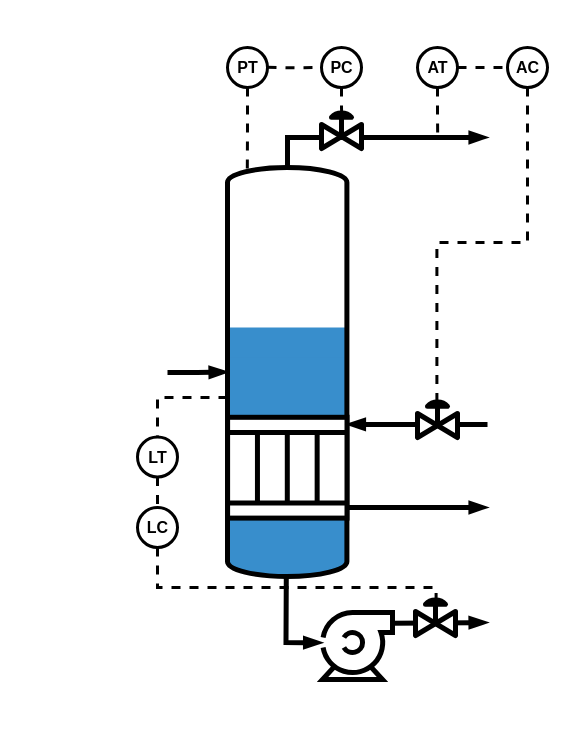
Earlier version of the draw.io diagram page "Page-1" (1 of 2) of assets/images/vapor_liquid_separator_complete_control.drawio (rputikar/advanced-modeling-and-control). Source tidied: cells renumbered, new cells numbered last; positions are measured from the earlier drawing's top-left corner, leaving out a move shared by most shapes. Both pictures are drawn from the tidied source at 100%, with x=0, y=0 at pixel (17, 17).
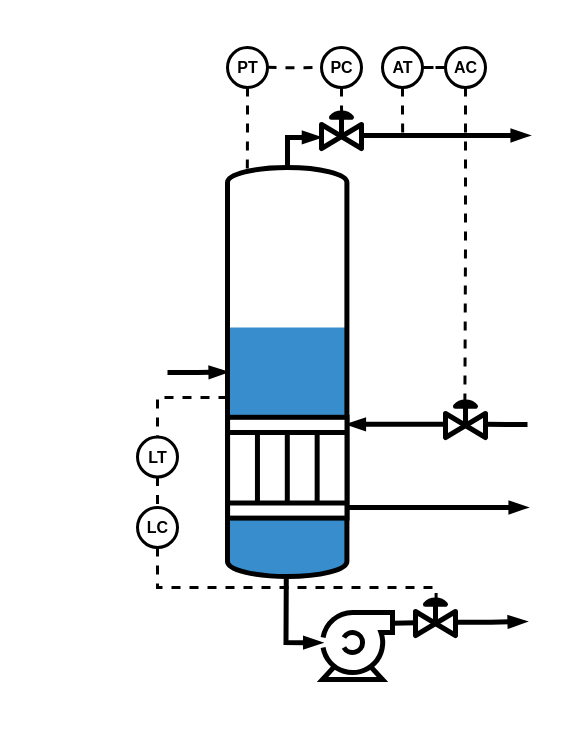
The same diagram, later.

Unchanged cells that the change refers to:
```xml
<mxCell id="7" style="shape=mxgraph.pid.heat_exchangers.heat_exchanger_(straight_tubes);html=1;align=center;verticalLabelPosition=bottom;verticalAlign=top;dashed=0;strokeWidth=5;rotation=90;" parent="1" vertex="1">
  <mxGeometry x="219.4" y="390.5" width="100.8" height="119.4" as="geometry" />
</mxCell>
<mxCell id="21" style="verticalLabelPosition=bottom;align=center;html=1;verticalAlign=top;dashed=0;shape=mxgraph.pid2valves.valve;valveType=gate;actuator=diaph;strokeWidth=5;" parent="1" vertex="1">
  <mxGeometry x="398" y="578" width="40" height="40" as="geometry" />
</mxCell>
```

Diff of the diagram source:
```diff
@@
-    <mxCell id="2" style="rounded=0;whiteSpace=wrap;html=1;fillColor=none;strokeColor=none;" parent="1" vertex="1">
-      <mxGeometry width="550" height="710" as="geometry" />
-    </mxCell>
@@
-    <mxCell id="6" style="endArrow=blockThin;html=1;rounded=0;endFill=1;strokeWidth=5;exitX=0.998;exitY=0.16;exitDx=0;exitDy=0;exitPerimeter=0;" parent="1" edge="1" source="8">
-      <mxGeometry relative="1" as="geometry">
-        <mxPoint x="470" y="605" as="targetPoint" />
-      </mxGeometry>
+    <mxCell id="6" style="endArrow=none;html=1;rounded=0;endFill=1;strokeWidth=5;exitX=0.998;exitY=0.16;exitDx=0;exitDy=0;exitPerimeter=0;entryX=0.025;entryY=0.683;entryDx=0;entryDy=0;entryPerimeter=0;startFill=0;" parent="1" edge="1" source="8" target="21">
+      <mxGeometry relative="1" as="geometry" />
     </mxCell>
@@
-    <mxCell id="8" style="shape=mxgraph.pid.pumps.centrifugal_pump_1;html=1;align=center;verticalLabelPosition=bottom;verticalAlign=top;dashed=0;strokeWidth=5;" parent="1" vertex="1">
+    <mxCell id="8" style="shape=mxgraph.pid.pumps.centrifugal_pump_1;html=1;align=center;verticalLabelPosition=bottom;verticalAlign=top;dashed=0;strokeWidth=5;fillColor=none;" parent="1" vertex="1">
       <mxGeometry x="305" y="595" width="70" height="67" as="geometry" />
     </mxCell>
-    <mxCell id="9" style="endArrow=blockThin;html=1;rounded=0;endFill=1;strokeWidth=5;entryX=0.07;entryY=0;entryDx=0;entryDy=0;entryPerimeter=0;edgeStyle=elbowEdgeStyle;" parent="1" edge="1" target="7">
-      <mxGeometry relative="1" as="geometry">
-        <mxPoint x="470" y="407" as="sourcePoint" />
-      </mxGeometry>
+    <mxCell id="9" style="endArrow=blockThin;html=1;rounded=0;endFill=1;strokeWidth=5;entryX=0.07;entryY=0;entryDx=0;entryDy=0;entryPerimeter=0;edgeStyle=elbowEdgeStyle;exitX=-0.04;exitY=0.67;exitDx=0;exitDy=0;exitPerimeter=0;" parent="1" edge="1" source="14" target="7">
+      <mxGeometry relative="1" as="geometry" />
     </mxCell>
     <mxCell id="10" style="endArrow=blockThin;html=1;rounded=0;endFill=1;strokeWidth=5;" parent="1" edge="1">
       <mxGeometry relative="1" as="geometry">
         <mxPoint x="329.4" y="490" as="sourcePoint" />
-        <mxPoint x="470" y="490" as="targetPoint" />
+        <mxPoint x="510" y="490" as="targetPoint" />
       </mxGeometry>
     </mxCell>
@@
-    <mxCell id="12" style="endArrow=blockThin;html=1;rounded=0;endFill=1;strokeWidth=5;" parent="1" edge="1">
+    <mxCell id="12" style="endArrow=blockThin;html=1;rounded=0;endFill=1;strokeWidth=5;entryX=-0.017;entryY=0.723;entryDx=0;entryDy=0;entryPerimeter=0;" parent="1" edge="1" target="20">
       <mxGeometry relative="1" as="geometry">
         <mxPoint x="270" y="150" as="sourcePoint" />
-        <mxPoint x="470" y="120" as="targetPoint" />
         <Array as="points">
           <mxPoint x="270" y="120" />
         </Array>
       </mxGeometry>
     </mxCell>
@@
-    <mxCell id="14" style="verticalLabelPosition=bottom;align=center;html=1;verticalAlign=top;dashed=0;shape=mxgraph.pid2valves.valve;valveType=gate;actuator=diaph;strokeWidth=5;" parent="1" vertex="1">
-      <mxGeometry x="400" y="380" width="40" height="40" as="geometry" />
+    <mxCell id="14" style="verticalLabelPosition=bottom;align=center;html=1;verticalAlign=top;dashed=0;shape=mxgraph.pid2valves.valve;valveType=gate;actuator=diaph;strokeWidth=5;fillColor=none;" parent="1" vertex="1">
+      <mxGeometry x="428" y="380" width="40" height="40" as="geometry" />
     </mxCell>
     <mxCell id="15" style="edgeStyle=orthogonalEdgeStyle;rounded=0;jettySize=auto;html=1;exitX=0.5;exitY=1;exitDx=0;exitDy=0;exitPerimeter=0;fontFamily=Helvetica;fontSize=45;fontColor=default;endArrow=none;endFill=0;dashed=1;strokeWidth=3;" parent="1" edge="1" source="16">
       <mxGeometry relative="1" as="geometry">
-        <mxPoint x="420.2" y="120" as="targetPoint" />
+        <mxPoint x="385.2" y="120" as="targetPoint" />
       </mxGeometry>
     </mxCell>
-    <mxCell id="16" value="AT" style="dashed=0;outlineConnect=0;align=center;html=1;shape=mxgraph.pid.engines.electric_motor;fontSize=16;strokeColor=default;strokeWidth=3;verticalAlign=middle;fontFamily=Helvetica;fontColor=default;fillColor=default;fontStyle=1;" parent="1" vertex="1">
-      <mxGeometry x="400" y="30" width="40" height="40" as="geometry" />
+    <mxCell id="16" value="AT" style="dashed=0;outlineConnect=0;align=center;html=1;shape=mxgraph.pid.engines.electric_motor;fontSize=16;strokeColor=default;strokeWidth=3;verticalAlign=middle;fontFamily=Helvetica;fontColor=default;fillColor=none;fontStyle=1;" parent="1" vertex="1">
+      <mxGeometry x="365" y="30" width="40" height="40" as="geometry" />
     </mxCell>
@@
-    <mxCell id="18" value="AC" style="dashed=0;outlineConnect=0;align=center;html=1;shape=mxgraph.pid.engines.electric_motor;fontSize=16;strokeColor=default;strokeWidth=3;verticalAlign=middle;fontFamily=Helvetica;fontColor=default;fillColor=default;fontStyle=1;" parent="1" vertex="1">
-      <mxGeometry x="490" y="30" width="40" height="40" as="geometry" />
+    <mxCell id="18" value="AC" style="dashed=0;outlineConnect=0;align=center;html=1;shape=mxgraph.pid.engines.electric_motor;fontSize=16;strokeColor=default;strokeWidth=3;verticalAlign=middle;fontFamily=Helvetica;fontColor=default;fillColor=none;fontStyle=1;" parent="1" vertex="1">
+      <mxGeometry x="428" y="30" width="40" height="40" as="geometry" />
     </mxCell>
@@
-    <mxCell id="20" style="verticalLabelPosition=bottom;align=center;html=1;verticalAlign=top;dashed=0;shape=mxgraph.pid2valves.valve;valveType=gate;actuator=diaph;strokeWidth=5;" parent="1" vertex="1">
+    <mxCell id="20" style="verticalLabelPosition=bottom;align=center;html=1;verticalAlign=top;dashed=0;shape=mxgraph.pid2valves.valve;valveType=gate;actuator=diaph;strokeWidth=5;fillColor=none;" parent="1" vertex="1">
       <mxGeometry x="304" y="91" width="40" height="40" as="geometry" />
     </mxCell>
@@
-    <mxCell id="23" value="PT" style="dashed=0;outlineConnect=0;align=center;html=1;shape=mxgraph.pid.engines.electric_motor;fontSize=16;strokeColor=default;strokeWidth=3;verticalAlign=middle;fontFamily=Helvetica;fontColor=default;fillColor=default;fontStyle=1;" parent="1" vertex="1">
+    <mxCell id="23" value="PT" style="dashed=0;outlineConnect=0;align=center;html=1;shape=mxgraph.pid.engines.electric_motor;fontSize=16;strokeColor=default;strokeWidth=3;verticalAlign=middle;fontFamily=Helvetica;fontColor=default;fillColor=none;fontStyle=1;" parent="1" vertex="1">
       <mxGeometry x="210" y="30" width="40" height="40" as="geometry" />
     </mxCell>
-    <mxCell id="24" value="PC" style="dashed=0;outlineConnect=0;align=center;html=1;shape=mxgraph.pid.engines.electric_motor;fontSize=16;strokeColor=default;strokeWidth=3;verticalAlign=middle;fontFamily=Helvetica;fontColor=default;fillColor=default;fontStyle=1;" parent="1" vertex="1">
+    <mxCell id="24" value="PC" style="dashed=0;outlineConnect=0;align=center;html=1;shape=mxgraph.pid.engines.electric_motor;fontSize=16;strokeColor=default;strokeWidth=3;verticalAlign=middle;fontFamily=Helvetica;fontColor=default;fillColor=none;fontStyle=1;" parent="1" vertex="1">
       <mxGeometry x="304" y="30" width="40" height="40" as="geometry" />
     </mxCell>
-    <mxCell id="25" value="LC" style="dashed=0;outlineConnect=0;align=center;html=1;shape=mxgraph.pid.engines.electric_motor;fontSize=16;strokeColor=default;strokeWidth=3;verticalAlign=middle;fontFamily=Helvetica;fontColor=default;fillColor=default;fontStyle=1;" parent="1" vertex="1">
+    <mxCell id="25" value="LC" style="dashed=0;outlineConnect=0;align=center;html=1;shape=mxgraph.pid.engines.electric_motor;fontSize=16;strokeColor=default;strokeWidth=3;verticalAlign=middle;fontFamily=Helvetica;fontColor=default;fillColor=none;fontStyle=1;" parent="1" vertex="1">
       <mxGeometry x="120" y="490" width="40" height="40" as="geometry" />
     </mxCell>
-    <mxCell id="26" value="LT" style="dashed=0;outlineConnect=0;align=center;html=1;shape=mxgraph.pid.engines.electric_motor;fontSize=16;strokeColor=default;strokeWidth=3;verticalAlign=middle;fontFamily=Helvetica;fontColor=default;fillColor=default;fontStyle=1;" parent="1" vertex="1">
+    <mxCell id="26" value="LT" style="dashed=0;outlineConnect=0;align=center;html=1;shape=mxgraph.pid.engines.electric_motor;fontSize=16;strokeColor=default;strokeWidth=3;verticalAlign=middle;fontFamily=Helvetica;fontColor=default;fillColor=none;fontStyle=1;" parent="1" vertex="1">
       <mxGeometry x="120" y="419.5" width="40" height="40" as="geometry" />
     </mxCell>
@@
+    <mxCell id="32" style="endArrow=none;html=1;rounded=0;endFill=1;strokeWidth=5;entryX=1.02;entryY=0.67;entryDx=0;entryDy=0;entryPerimeter=0;edgeStyle=elbowEdgeStyle;startFill=0;" parent="1" edge="1" target="14">
+      <mxGeometry relative="1" as="geometry">
+        <mxPoint x="510" y="407" as="sourcePoint" />
+      </mxGeometry>
+    </mxCell>
+    <mxCell id="33" style="endArrow=blockThin;html=1;rounded=0;endFill=1;strokeWidth=5;exitX=1.019;exitY=0.67;exitDx=0;exitDy=0;exitPerimeter=0;edgeStyle=orthogonalEdgeStyle;" parent="1" edge="1" source="21">
+      <mxGeometry relative="1" as="geometry">
+        <mxPoint x="509" y="604" as="targetPoint" />
+      </mxGeometry>
+    </mxCell>
+    <mxCell id="34" style="endArrow=blockThin;html=1;rounded=0;endFill=1;strokeWidth=5;edgeStyle=orthogonalEdgeStyle;" parent="1" edge="1">
+      <mxGeometry relative="1" as="geometry">
+        <mxPoint x="345" y="118" as="sourcePoint" />
+        <mxPoint x="512" y="118" as="targetPoint" />
+      </mxGeometry>
+    </mxCell>
```
